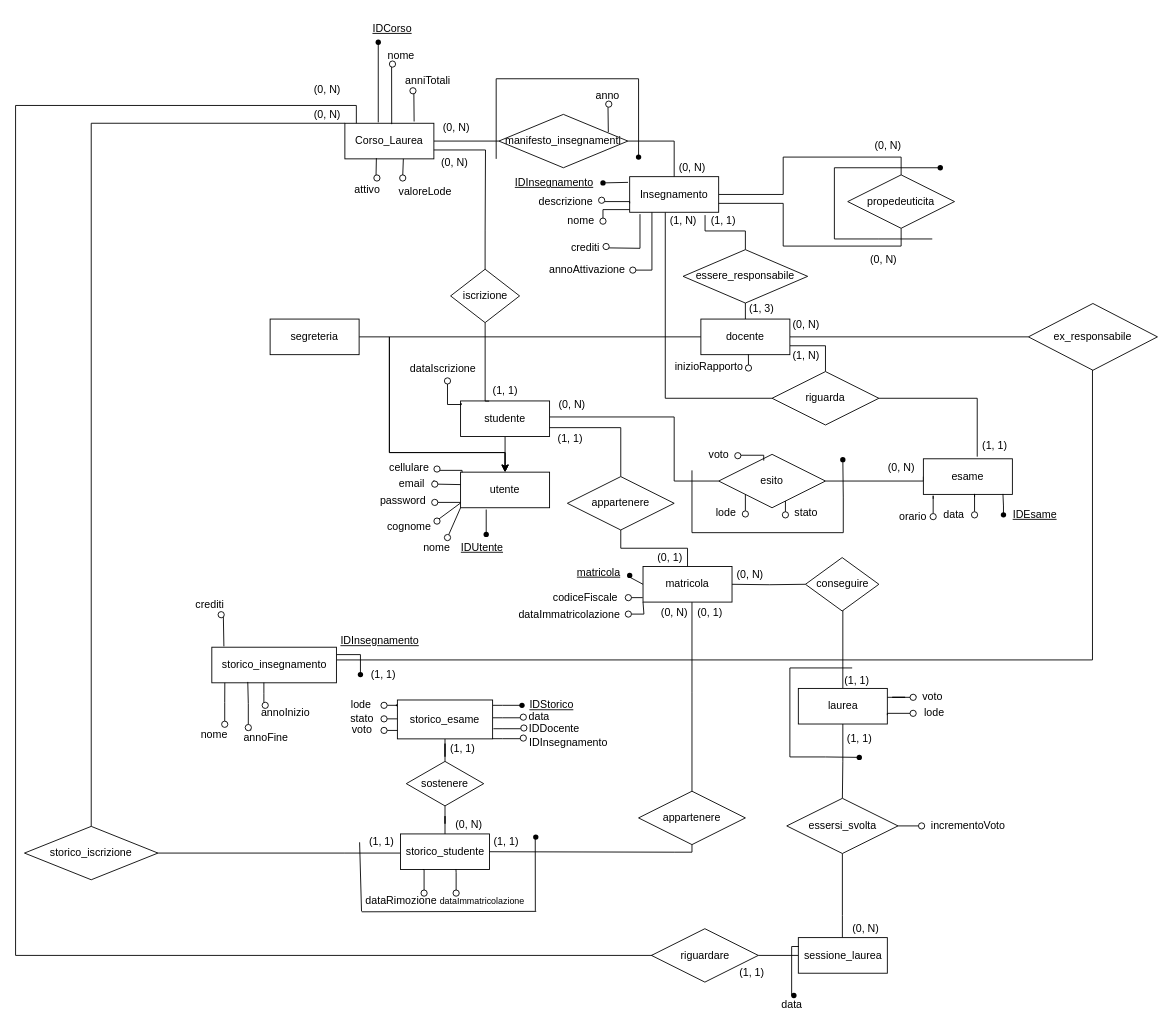
The draw.io diagram page "ER" (1 of 2) of progetto/db/uni.drawio in michelebolis/UniversityExamSystem, before the edit. Source tidied: cells renumbered, new cells numbered last; positions are measured from the earlier drawing's top-left corner, leaving out a move shared by most shapes. Both pictures are drawn from the tidied source at 89%, with x=0, y=0 at pixel (15, 15).
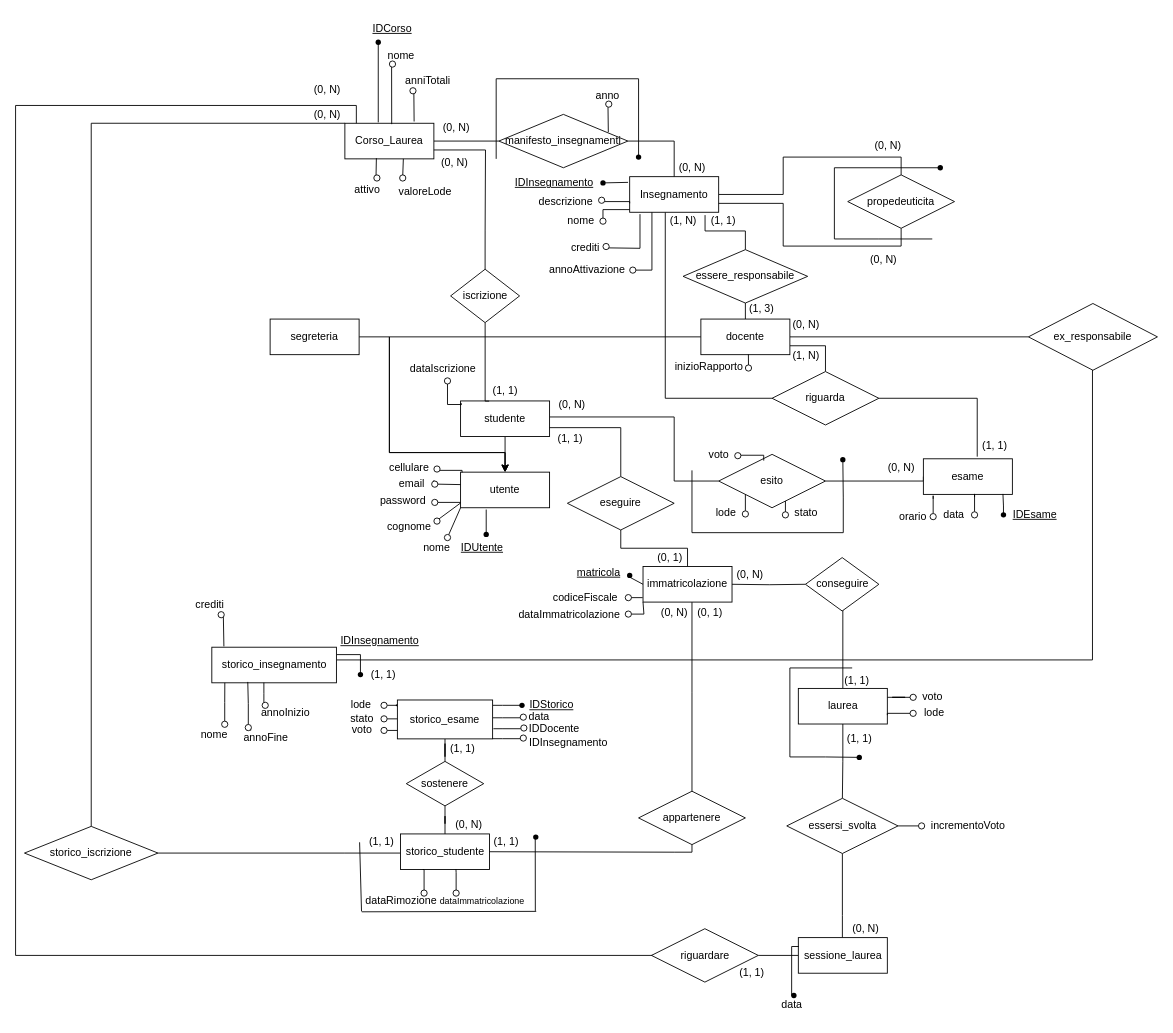
The same diagram, later.

The edit, as a diff of the source:
```diff
@@
-    <mxCell id="93" value="matricola" style="whiteSpace=wrap;html=1;align=center;" parent="1" vertex="1">
+    <mxCell id="93" value="immatricolazione" style="whiteSpace=wrap;html=1;align=center;" parent="1" vertex="1">
       <mxGeometry x="705" y="619" width="100" height="40" as="geometry" />
     </mxCell>
@@
-    <mxCell id="96" value="appartenere" style="shape=rhombus;perimeter=rhombusPerimeter;whiteSpace=wrap;html=1;align=center;" parent="1" vertex="1">
+    <mxCell id="96" value="eseguire" style="shape=rhombus;perimeter=rhombusPerimeter;whiteSpace=wrap;html=1;align=center;" parent="1" vertex="1">
       <mxGeometry x="620" y="518" width="120" height="60" as="geometry" />
     </mxCell>
```
